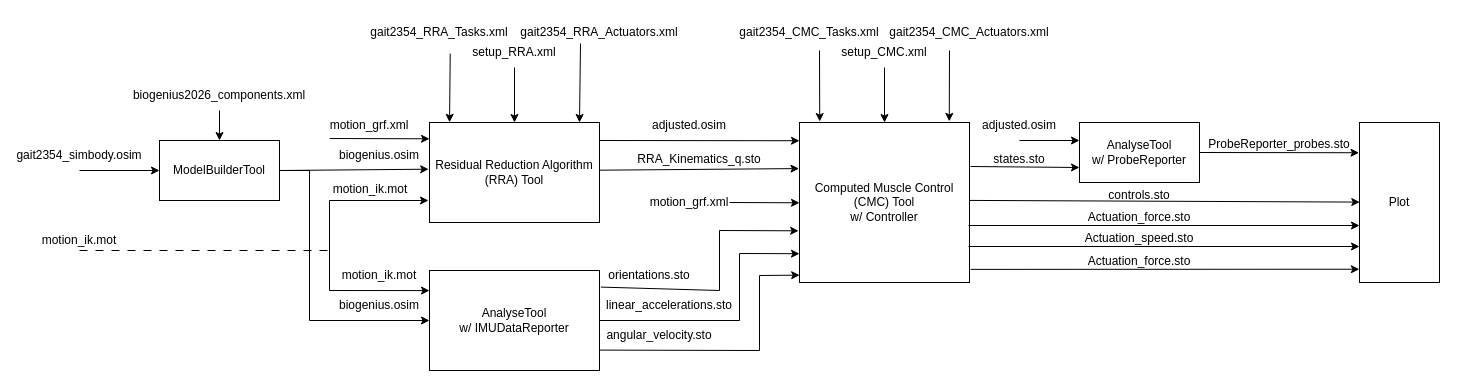
Above: docs/multimedia/simulation_pipeline_idef0.drawio in robotique-udes/Exo_Simulation (draw.io), before the change. Source tidied: cells renumbered, new cells numbered last; positions are measured from the earlier drawing's top-left corner, leaving out a move shared by most shapes. Both pictures are drawn from the tidied source at 100%, with x=0, y=0 at pixel (49, 17).
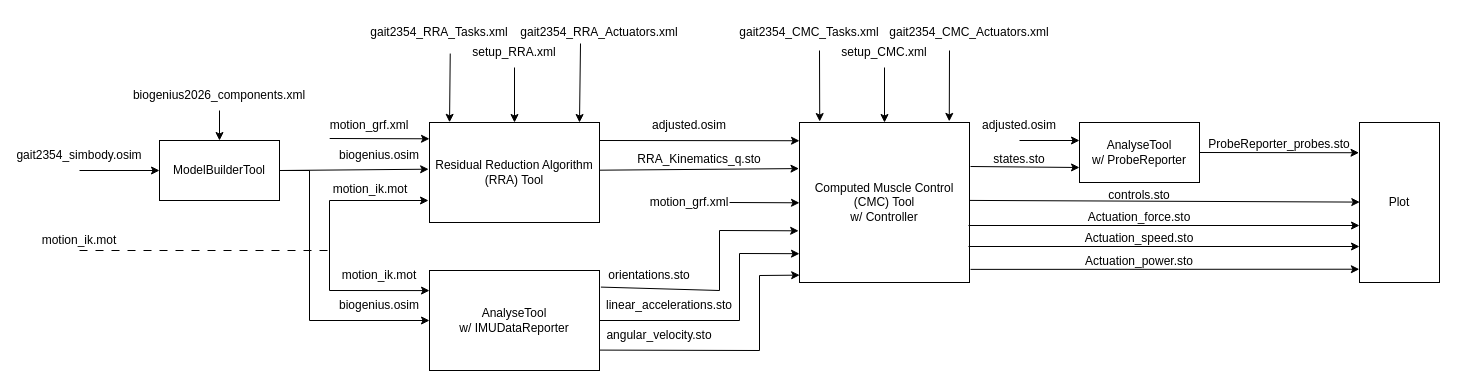
The same page after the edit.

Commit message (it also covers changes not shown here):
docs: Fixes a mistake in the IDEF0 diagram and fixes the table of contents

What changed in the source:
```diff
@@
-    <mxCell id="61" value="Actuation_force.sto" style="text;html=1;whiteSpace=wrap;strokeColor=none;fillColor=none;align=center;verticalAlign=middle;rounded=0;" parent="1" vertex="1">
+    <mxCell id="61" value="Actuation_power&lt;span style=&quot;background-color: transparent; color: light-dark(rgb(0, 0, 0), rgb(255, 255, 255));&quot;&gt;.sto&lt;/span&gt;" style="text;html=1;whiteSpace=wrap;strokeColor=none;fillColor=none;align=center;verticalAlign=middle;rounded=0;" parent="1" vertex="1">
       <mxGeometry x="1060" y="229" width="60" height="30" as="geometry" />
     </mxCell>
```
